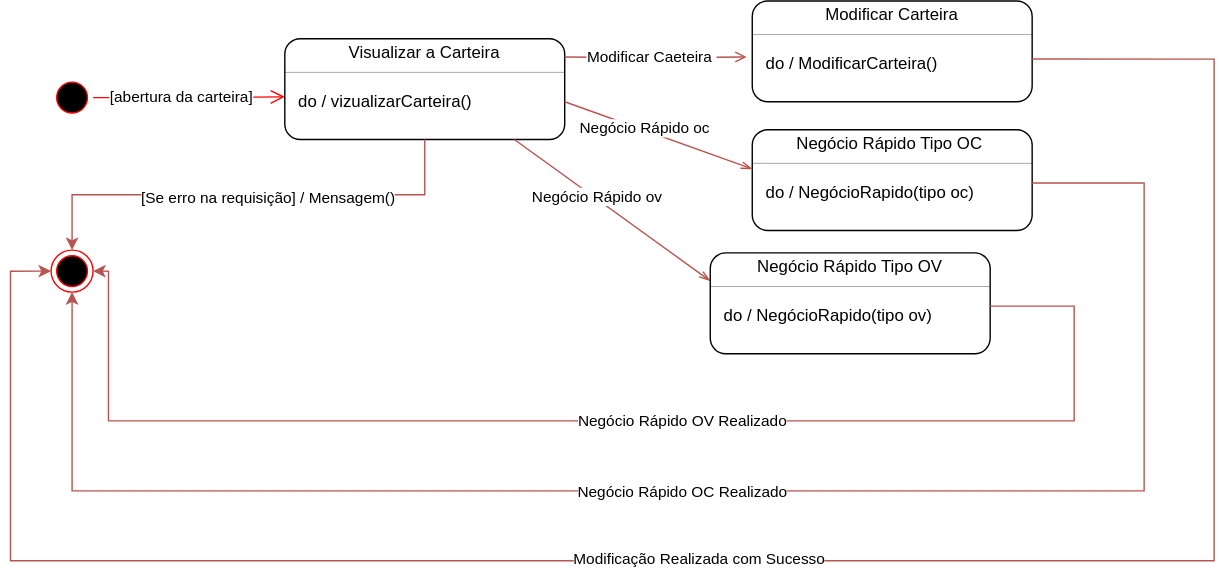
Above: DEcaso8.drawio.svg in JesCat16/Projeto01_Modelagem_De_Software (draw.io), before the change. Source tidied: cells renumbered, new cells last; positions are measured from the earlier drawing's top-left corner, leaving out a move shared by most shapes. Source of this version:
```xml
<mxGraphModel background="#ffffff">
  <root>
    <mxCell id="0" />
    <mxCell id="1" parent="0" />
    <mxCell id="2" style="ellipse;html=1;shape=endState;fillColor=#000000;strokeColor=#ff0000;" parent="1" vertex="1">
      <mxGeometry x="29" y="178" width="30" height="30" as="geometry" />
    </mxCell>
    <mxCell id="3" style="ellipse;html=1;shape=startState;fillColor=#000000;strokeColor=#ff0000;" parent="1" vertex="1">
      <mxGeometry x="29" y="54" width="30" height="30" as="geometry" />
    </mxCell>
    <mxCell id="4" style="edgeStyle=orthogonalEdgeStyle;html=1;verticalAlign=bottom;endArrow=open;endSize=8;strokeColor=#ff0000;rounded=0;entryX=0;entryY=0.25;entryDx=0;entryDy=0;" parent="1" edge="1" source="3" target="10">
      <mxGeometry relative="1" as="geometry" />
    </mxCell>
    <mxCell id="5" value="[abertura da carteira]" style="edgeLabel;html=1;align=center;verticalAlign=middle;" parent="4" vertex="1">
      <mxGeometry x="0.1" y="1" relative="1" as="geometry">
        <mxPoint x="-12" y="1" as="offset" />
      </mxGeometry>
    </mxCell>
    <mxCell id="6" style="fontStyle=1;align=center;verticalAlign=middle;horizontal=1;rounded=1;absoluteArcSize=1;arcSize=22;" parent="1" vertex="1">
      <mxGeometry x="196" y="27" width="200" height="72" as="geometry" />
    </mxCell>
    <mxCell id="7" value="Visualizar a Carteira" style="html=1;align=center;spacing=0;verticalAlign=middle;strokeColor=none;fillColor=none;whiteSpace=wrap;" parent="6" vertex="1">
      <mxGeometry width="200" height="20" as="geometry" />
    </mxCell>
    <mxCell id="8" style="line;strokeWidth=0.25;fillColor=none;align=left;verticalAlign=middle;spacingTop=-1;spacingLeft=3;spacingRight=3;labelPosition=right;" parent="6" vertex="1">
      <mxGeometry y="20" width="200" height="8" as="geometry" />
    </mxCell>
    <mxCell id="9" style="html=1;align=left;spacing=0;spacingLeft=10;verticalAlign=middle;strokeColor=none;fillColor=none;whiteSpace=wrap;" parent="6" vertex="1">
      <mxGeometry y="28" width="200" height="10" as="geometry" />
    </mxCell>
    <mxCell id="10" value="do / vizualizarCarteira()" style="html=1;align=left;spacing=0;spacingLeft=10;verticalAlign=middle;strokeColor=none;fillColor=none;whiteSpace=wrap;" parent="6" vertex="1">
      <mxGeometry y="38" width="200" height="14" as="geometry" />
    </mxCell>
    <mxCell id="11" style="html=1;align=left;spacing=0;spacingLeft=10;verticalAlign=middle;strokeColor=none;fillColor=none;whiteSpace=wrap;" parent="6" vertex="1">
      <mxGeometry y="52" width="200" height="20" as="geometry" />
    </mxCell>
    <mxCell id="12" style="edgeStyle=orthogonalEdgeStyle;rounded=0;jettySize=auto;html=1;exitX=0.5;exitY=1;exitDx=0;exitDy=0;entryX=0.5;entryY=0;entryDx=0;entryDy=0;fillColor=#f8cecc;strokeColor=#b85450;" parent="1" edge="1" source="11" target="2">
      <mxGeometry relative="1" as="geometry" />
    </mxCell>
    <mxCell id="13" value="[Se erro na requisição] / Mensagem()" style="edgeLabel;html=1;align=center;verticalAlign=middle;" parent="12" vertex="1">
      <mxGeometry x="-0.08" y="2" relative="1" as="geometry">
        <mxPoint x="1" as="offset" />
      </mxGeometry>
    </mxCell>
    <mxCell id="14" style="fontStyle=1;align=center;verticalAlign=middle;horizontal=1;rounded=1;absoluteArcSize=1;arcSize=22;" parent="1" vertex="1">
      <mxGeometry x="530" width="200" height="72" as="geometry" />
    </mxCell>
    <mxCell id="15" value="Modificar Carteira" style="html=1;align=center;spacing=0;verticalAlign=middle;strokeColor=none;fillColor=none;whiteSpace=wrap;" parent="14" vertex="1">
      <mxGeometry width="200" height="20" as="geometry" />
    </mxCell>
    <mxCell id="16" style="line;strokeWidth=0.25;fillColor=none;align=left;verticalAlign=middle;spacingTop=-1;spacingLeft=3;spacingRight=3;labelPosition=right;" parent="14" vertex="1">
      <mxGeometry y="20" width="200" height="8" as="geometry" />
    </mxCell>
    <mxCell id="17" style="html=1;align=left;spacing=0;spacingLeft=10;verticalAlign=middle;strokeColor=none;fillColor=none;whiteSpace=wrap;" parent="14" vertex="1">
      <mxGeometry y="28" width="200" height="10" as="geometry" />
    </mxCell>
    <mxCell id="18" value="do / ModificarCarteira()" style="html=1;align=left;spacing=0;spacingLeft=10;verticalAlign=middle;strokeColor=none;fillColor=none;whiteSpace=wrap;" parent="14" vertex="1">
      <mxGeometry y="38" width="200" height="14" as="geometry" />
    </mxCell>
    <mxCell id="19" style="html=1;align=left;spacing=0;spacingLeft=10;verticalAlign=middle;strokeColor=none;fillColor=none;whiteSpace=wrap;" parent="14" vertex="1">
      <mxGeometry y="52" width="200" height="20" as="geometry" />
    </mxCell>
    <mxCell id="20" style="edgeStyle=orthogonalEdgeStyle;rounded=0;orthogonalLoop=1;jettySize=auto;html=1;endArrow=open;endFill=0;fillColor=#f8cecc;strokeColor=#b85450;" parent="1" edge="1">
      <mxGeometry relative="1" as="geometry">
        <mxPoint x="396" y="40.1" as="sourcePoint" />
        <mxPoint x="526" y="40" as="targetPoint" />
      </mxGeometry>
    </mxCell>
    <mxCell id="21" value="Modificar Caeteira&amp;nbsp;" style="edgeLabel;html=1;align=center;verticalAlign=middle;" parent="20" vertex="1">
      <mxGeometry x="-0.06" y="1" relative="1" as="geometry" />
    </mxCell>
    <mxCell id="22" style="fontStyle=1;align=center;verticalAlign=middle;horizontal=1;rounded=1;absoluteArcSize=1;arcSize=22;" parent="1" vertex="1">
      <mxGeometry x="530" y="92" width="200" height="72" as="geometry" />
    </mxCell>
    <mxCell id="23" value="Negócio Rápido Tipo OC&amp;nbsp;" style="html=1;align=center;spacing=0;verticalAlign=middle;strokeColor=none;fillColor=none;whiteSpace=wrap;" parent="22" vertex="1">
      <mxGeometry width="200" height="20" as="geometry" />
    </mxCell>
    <mxCell id="24" style="line;strokeWidth=0.25;fillColor=none;align=left;verticalAlign=middle;spacingTop=-1;spacingLeft=3;spacingRight=3;labelPosition=right;" parent="22" vertex="1">
      <mxGeometry y="20" width="200" height="8" as="geometry" />
    </mxCell>
    <mxCell id="25" style="html=1;align=left;spacing=0;spacingLeft=10;verticalAlign=middle;strokeColor=none;fillColor=none;whiteSpace=wrap;" parent="22" vertex="1">
      <mxGeometry y="28" width="200" height="10" as="geometry" />
    </mxCell>
    <mxCell id="26" value="do / NegócioRapido(tipo oc)" style="html=1;align=left;spacing=0;spacingLeft=10;verticalAlign=middle;strokeColor=none;fillColor=none;whiteSpace=wrap;" parent="22" vertex="1">
      <mxGeometry y="38" width="200" height="14" as="geometry" />
    </mxCell>
    <mxCell id="27" style="html=1;align=left;spacing=0;spacingLeft=10;verticalAlign=middle;strokeColor=none;fillColor=none;whiteSpace=wrap;" parent="22" vertex="1">
      <mxGeometry y="52" width="200" height="20" as="geometry" />
    </mxCell>
    <mxCell id="28" style="rounded=0;jettySize=auto;html=1;exitX=1;exitY=0.5;exitDx=0;exitDy=0;entryX=0;entryY=0;entryDx=0;entryDy=0;endArrow=openThin;endFill=0;fillColor=#f8cecc;strokeColor=#b85450;" parent="1" edge="1" source="10" target="25">
      <mxGeometry relative="1" as="geometry" />
    </mxCell>
    <mxCell id="29" value="Negócio Rápido oc" style="edgeLabel;html=1;align=center;verticalAlign=middle;" parent="28" vertex="1">
      <mxGeometry x="-0.16" y="1" relative="1" as="geometry">
        <mxPoint y="-1" as="offset" />
      </mxGeometry>
    </mxCell>
    <mxCell id="30" style="rounded=0;orthogonalLoop=1;jettySize=auto;html=1;exitX=1;exitY=0.5;exitDx=0;exitDy=0;endArrow=openThin;endFill=0;fillColor=#f8cecc;strokeColor=#b85450;" parent="1" edge="1">
      <mxGeometry relative="1" as="geometry">
        <mxPoint x="360" y="99" as="sourcePoint" />
        <mxPoint x="500" y="200" as="targetPoint" />
      </mxGeometry>
    </mxCell>
    <mxCell id="31" value="Negócio Rápido ov" style="edgeLabel;html=1;align=center;verticalAlign=middle;" parent="30" vertex="1">
      <mxGeometry x="-0.16" y="1" relative="1" as="geometry">
        <mxPoint y="-1" as="offset" />
      </mxGeometry>
    </mxCell>
    <mxCell id="32" style="fontStyle=1;align=center;verticalAlign=middle;horizontal=1;rounded=1;absoluteArcSize=1;arcSize=22;" parent="1" vertex="1">
      <mxGeometry x="500" y="180" width="200" height="72" as="geometry" />
    </mxCell>
    <mxCell id="33" value="Negócio Rápido Tipo OV" style="html=1;align=center;spacing=0;verticalAlign=middle;strokeColor=none;fillColor=none;whiteSpace=wrap;" parent="32" vertex="1">
      <mxGeometry width="200" height="20" as="geometry" />
    </mxCell>
    <mxCell id="34" style="line;strokeWidth=0.25;fillColor=none;align=left;verticalAlign=middle;spacingTop=-1;spacingLeft=3;spacingRight=3;labelPosition=right;" parent="32" vertex="1">
      <mxGeometry y="20" width="200" height="8" as="geometry" />
    </mxCell>
    <mxCell id="35" style="html=1;align=left;spacing=0;spacingLeft=10;verticalAlign=middle;strokeColor=none;fillColor=none;whiteSpace=wrap;" parent="32" vertex="1">
      <mxGeometry y="28" width="200" height="10" as="geometry" />
    </mxCell>
    <mxCell id="36" value="do / NegócioRapido(tipo ov)" style="html=1;align=left;spacing=0;spacingLeft=10;verticalAlign=middle;strokeColor=none;fillColor=none;whiteSpace=wrap;" parent="32" vertex="1">
      <mxGeometry y="38" width="200" height="14" as="geometry" />
    </mxCell>
    <mxCell id="37" style="html=1;align=left;spacing=0;spacingLeft=10;verticalAlign=middle;strokeColor=none;fillColor=none;whiteSpace=wrap;" parent="32" vertex="1">
      <mxGeometry y="52" width="200" height="20" as="geometry" />
    </mxCell>
    <mxCell id="38" style="edgeStyle=orthogonalEdgeStyle;rounded=0;jettySize=auto;html=1;exitX=1;exitY=0.25;exitDx=0;exitDy=0;entryX=0;entryY=0.5;entryDx=0;entryDy=0;fillColor=#f8cecc;gradientColor=#ea6b66;strokeColor=#b85450;" parent="1" edge="1" source="18" target="2">
      <mxGeometry relative="1" as="geometry">
        <Array as="points">
          <mxPoint x="860" y="42" />
          <mxPoint x="860" y="400" />
          <mxPoint y="400" />
          <mxPoint y="193" />
        </Array>
      </mxGeometry>
    </mxCell>
    <mxCell id="39" value="Modificação Realizada com Sucesso" style="edgeLabel;html=1;align=center;verticalAlign=middle;" parent="38" vertex="1">
      <mxGeometry x="0.08" y="-2" relative="1" as="geometry">
        <mxPoint x="1" as="offset" />
      </mxGeometry>
    </mxCell>
    <mxCell id="40" style="edgeStyle=orthogonalEdgeStyle;rounded=0;jettySize=auto;html=1;exitX=1;exitY=0;exitDx=0;exitDy=0;entryX=0.5;entryY=1;entryDx=0;entryDy=0;fillColor=#f8cecc;gradientColor=#ea6b66;strokeColor=#b85450;" parent="1" edge="1" source="26" target="2">
      <mxGeometry relative="1" as="geometry">
        <Array as="points">
          <mxPoint x="810" y="130" />
          <mxPoint x="810" y="350" />
          <mxPoint x="44" y="350" />
        </Array>
      </mxGeometry>
    </mxCell>
    <mxCell id="41" value="Negócio Rápido OC Realizado" style="edgeLabel;html=1;align=center;verticalAlign=middle;" parent="40" vertex="1">
      <mxGeometry x="-0.01" relative="1" as="geometry">
        <mxPoint x="-34" as="offset" />
      </mxGeometry>
    </mxCell>
    <mxCell id="42" style="edgeStyle=orthogonalEdgeStyle;rounded=0;jettySize=auto;html=1;exitX=1;exitY=0;exitDx=0;exitDy=0;entryX=1;entryY=0.5;entryDx=0;entryDy=0;fillColor=#f8cecc;strokeColor=#b85450;" parent="1" edge="1" source="36" target="2">
      <mxGeometry relative="1" as="geometry">
        <Array as="points">
          <mxPoint x="760" y="218" />
          <mxPoint x="760" y="300" />
          <mxPoint x="70" y="300" />
          <mxPoint x="70" y="193" />
        </Array>
      </mxGeometry>
    </mxCell>
    <mxCell id="43" value="Negócio Rápido OV Realizado" style="edgeLabel;html=1;align=center;verticalAlign=middle;" parent="1" vertex="1">
      <mxGeometry x="478" y="364" as="geometry">
        <mxPoint x="1" y="-65" as="offset" />
      </mxGeometry>
    </mxCell>
  </root>
</mxGraphModel>
```
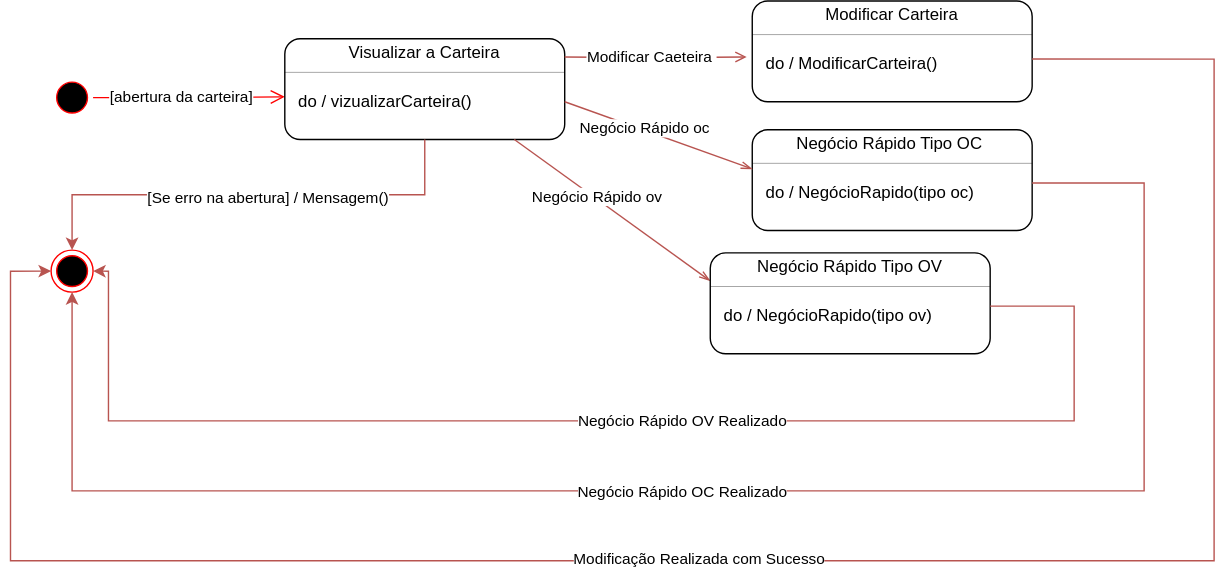
After the change.

Change to the diagram source:
```diff
@@ -37,7 +37,7 @@
     <mxCell id="12" style="edgeStyle=orthogonalEdgeStyle;rounded=0;jettySize=auto;html=1;exitX=0.5;exitY=1;exitDx=0;exitDy=0;entryX=0.5;entryY=0;entryDx=0;entryDy=0;fillColor=#f8cecc;strokeColor=#b85450;" parent="1" edge="1" source="11" target="2">
       <mxGeometry relative="1" as="geometry" />
     </mxCell>
-    <mxCell id="13" value="[Se erro na requisição] / Mensagem()" style="edgeLabel;html=1;align=center;verticalAlign=middle;" parent="12" vertex="1">
+    <mxCell id="13" value="[Se erro na abertura] / Mensagem()" style="edgeLabel;html=1;align=center;verticalAlign=middle;" parent="12" vertex="1">
       <mxGeometry x="-0.08" y="2" relative="1" as="geometry">
         <mxPoint x="1" as="offset" />
       </mxGeometry>
```
